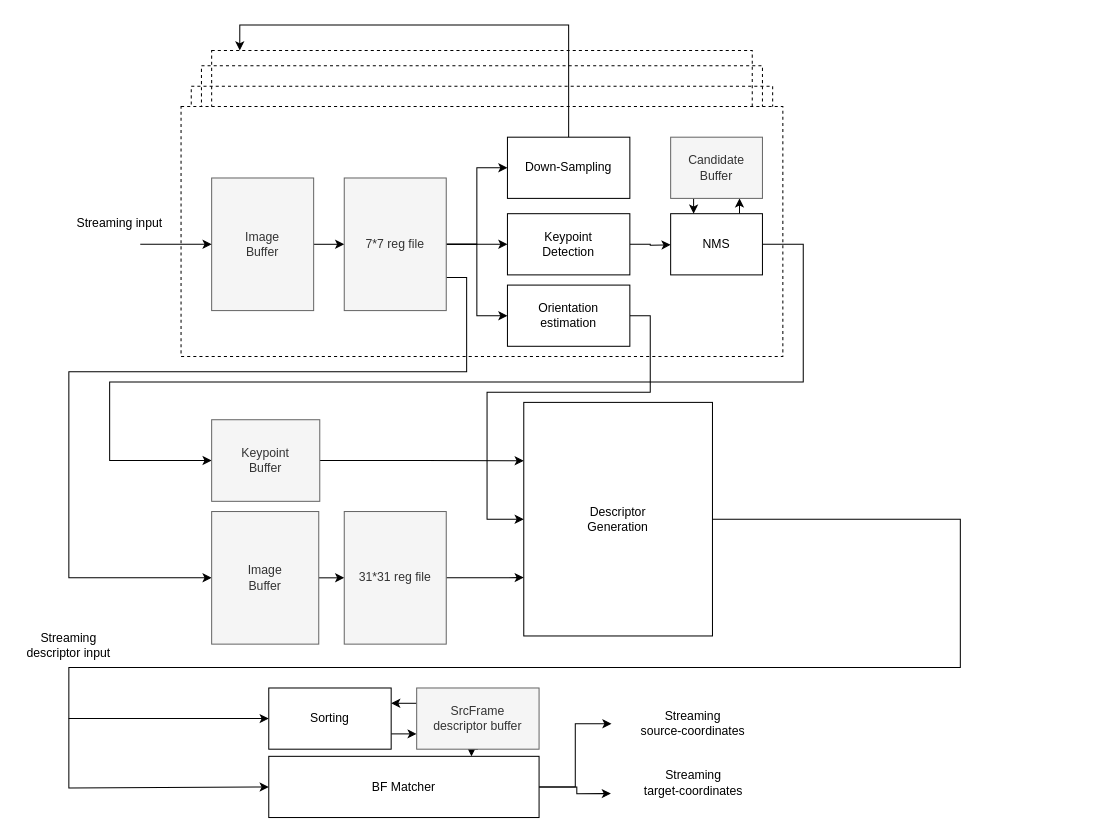
FlyingFrank515/Visual-Odometry keeps this draw.io diagram as page "Whole Architecture" (1 of 6) of Hardware_implementation/Diagram.drawio. Above is the earlier version. Source tidied: cells renumbered, new cells numbered last; positions are measured from the earlier drawing's top-left corner, leaving out a move shared by most shapes. Both pictures are drawn from the tidied source at 102%, with x=0, y=0 at pixel (17, 24). Pictures stored in the file or linked from it are replaced by grey dashed boxes.
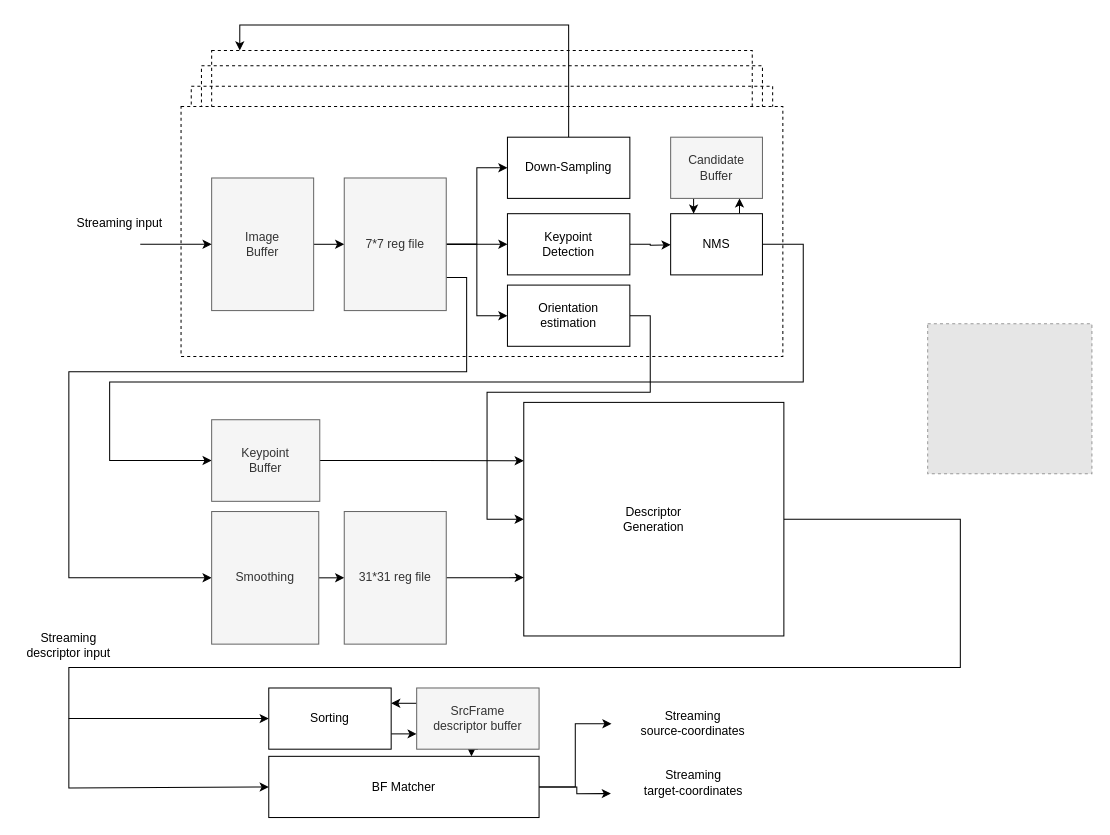
The same page after the edit.

What changed in the source:
```diff
@@
-    <mxCell id="27" value="Image&lt;br&gt;Buffer" style="rounded=0;whiteSpace=wrap;html=1;fillColor=#f5f5f5;fontColor=#333333;strokeColor=#666666;" parent="1" vertex="1">
+    <mxCell id="27" value="Smoothing" style="rounded=0;whiteSpace=wrap;html=1;fillColor=#f5f5f5;fontColor=#333333;strokeColor=#666666;" parent="1" vertex="1">
       <mxGeometry x="190" y="477" width="105" height="130" as="geometry" />
     </mxCell>
@@
     <mxCell id="33" value="Descriptor&lt;br&gt;Generation" style="rounded=0;whiteSpace=wrap;html=1;fillColor=#FFFFFF;" parent="1" vertex="1">
-      <mxGeometry x="496" y="370" width="185" height="229" as="geometry" />
+      <mxGeometry x="496" y="370" width="255" height="229" as="geometry" />
     </mxCell>
@@
+    <mxCell id="46" style="fillColor=#E6E6E6;strokeColor=#999999;dashed=1;verticalLabelPosition=bottom;labelBackgroundColor=#ffffff;verticalAlign=top;" parent="1" vertex="1">
+      <mxGeometry x="892" y="293" width="161" height="147" as="geometry" />
+    </mxCell>
```
